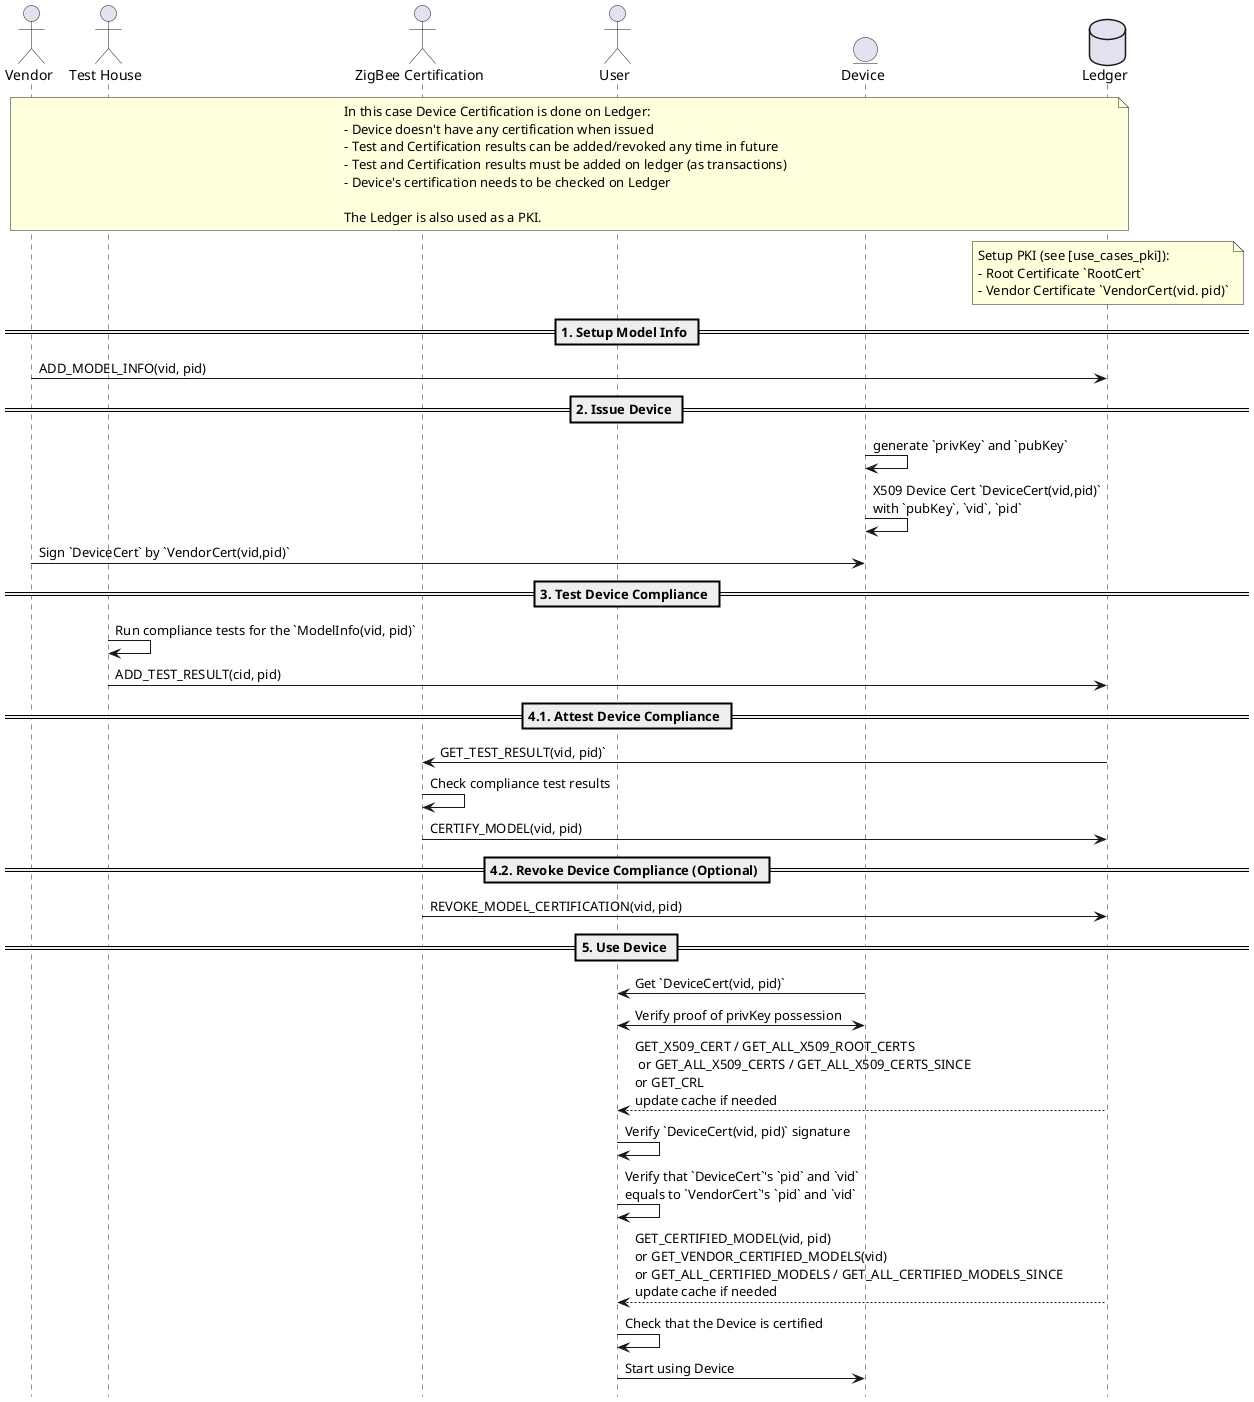
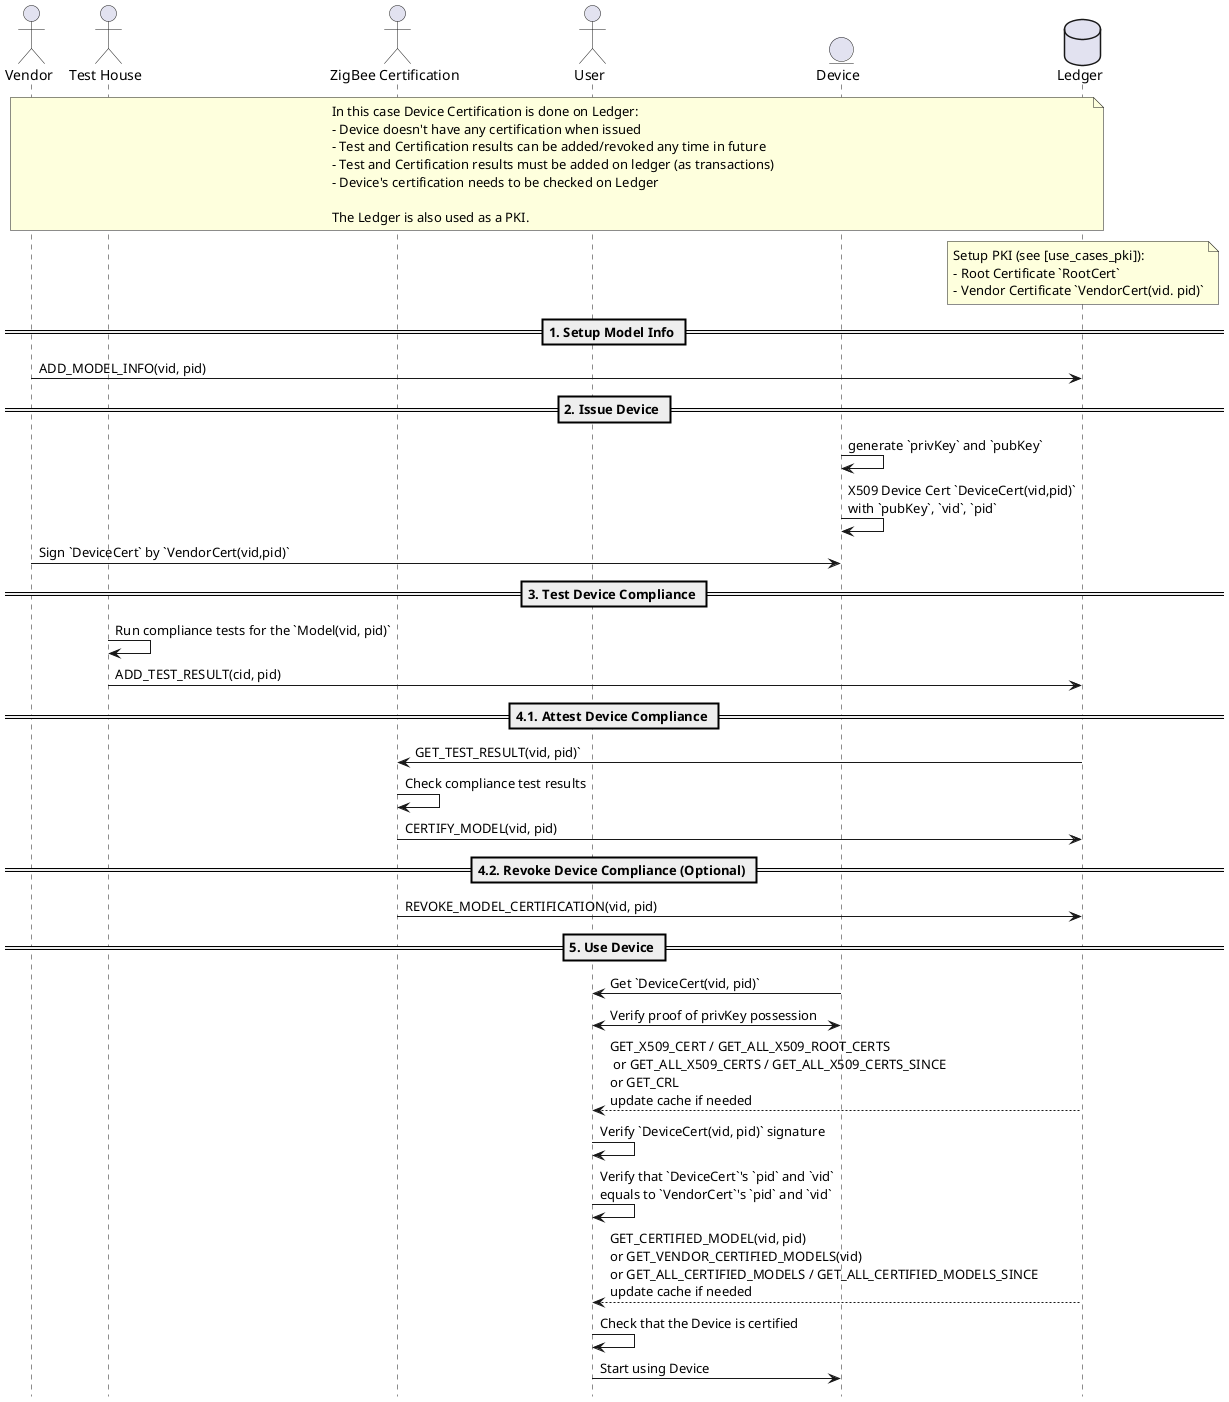
@startuml
!pragma teoz true
hide footbox

actor Vendor as V
actor "Test House" as T
actor "ZigBee Certification" as ZB
actor User as U
entity Device as D
database Ledger as L

note over V, L
In this case Device Certification is done on Ledger:
- Device doesn't have any certification when issued
- Test and Certification results can be added/revoked any time in future
- Test and Certification results must be added on ledger (as transactions)
- Device's certification needs to be checked on Ledger

The Ledger is also used as a PKI.
end note

note over L
Setup PKI (see [use_cases_pki]):
- Root Certificate `RootCert`
- Vendor Certificate `VendorCert(vid. pid)`
end note

== 1. Setup Model Info ==
V -> L: ADD_MODEL_INFO(vid, pid)

== 2. Issue Device ==
D -> D: generate `privKey` and `pubKey`
D -> D: X509 Device Cert `DeviceCert(vid,pid)`\nwith `pubKey`, `vid`, `pid`
V -> D: Sign `DeviceCert` by `VendorCert(vid,pid)`

== 3. Test Device Compliance ==
- T -> T: Run compliance tests for the `ModelInfo(vid, pid)`
+ T -> T: Run compliance tests for the `Model(vid, pid)`
T -> L: ADD_TEST_RESULT(cid, pid)

== 4.1. Attest Device Compliance ==
ZB <- L: GET_TEST_RESULT(vid, pid)`
ZB -> ZB: Check compliance test results
ZB -> L: CERTIFY_MODEL(vid, pid)


== 4.2. Revoke Device Compliance (Optional) ==
ZB -> L: REVOKE_MODEL_CERTIFICATION(vid, pid)

== 5. Use Device ==
U <- D: Get `DeviceCert(vid, pid)`
U <-> D: Verify proof of privKey possession
U <-- L: GET_X509_CERT / GET_ALL_X509_ROOT_CERTS\n or GET_ALL_X509_CERTS / GET_ALL_X509_CERTS_SINCE\nor GET_CRL\nupdate cache if needed
U -> U: Verify `DeviceCert(vid, pid)` signature
U -> U: Verify that `DeviceCert`'s `pid` and `vid`\nequals to `VendorCert`'s `pid` and `vid`
U <-- L:GET_CERTIFIED_MODEL(vid, pid)\nor GET_VENDOR_CERTIFIED_MODELS(vid)\nor GET_ALL_CERTIFIED_MODELS / GET_ALL_CERTIFIED_MODELS_SINCE\nupdate cache if needed
U -> U: Check that the Device is certified
U -> D: Start using Device


@enduml